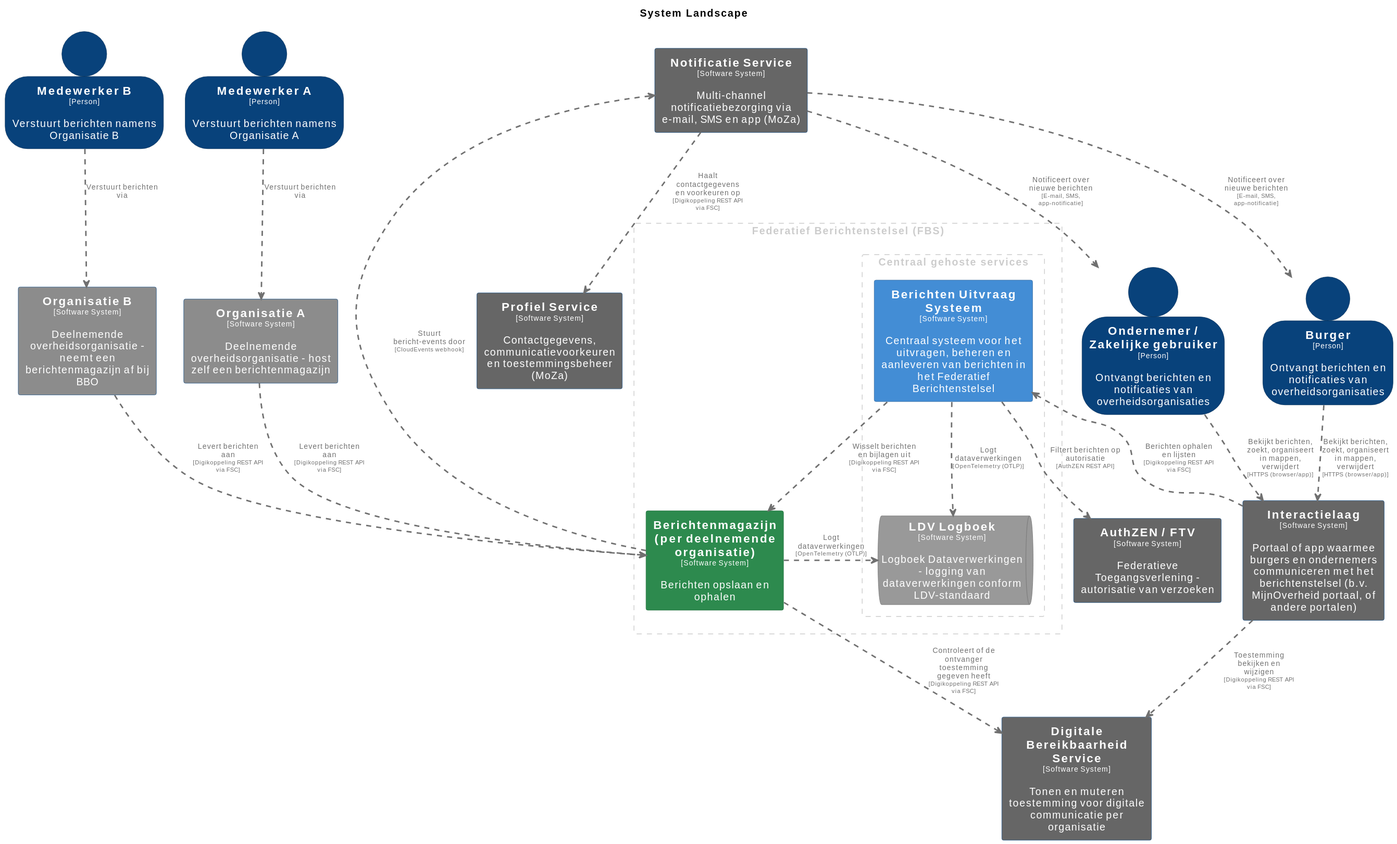
This is master/svg/SystemLandscape.svg from MinBZK/moza-poc-fbs-berichtenbox, a PlantUML export, as it was before one commit. Its source is kept beside it as master/puml/SystemLandscape.puml.
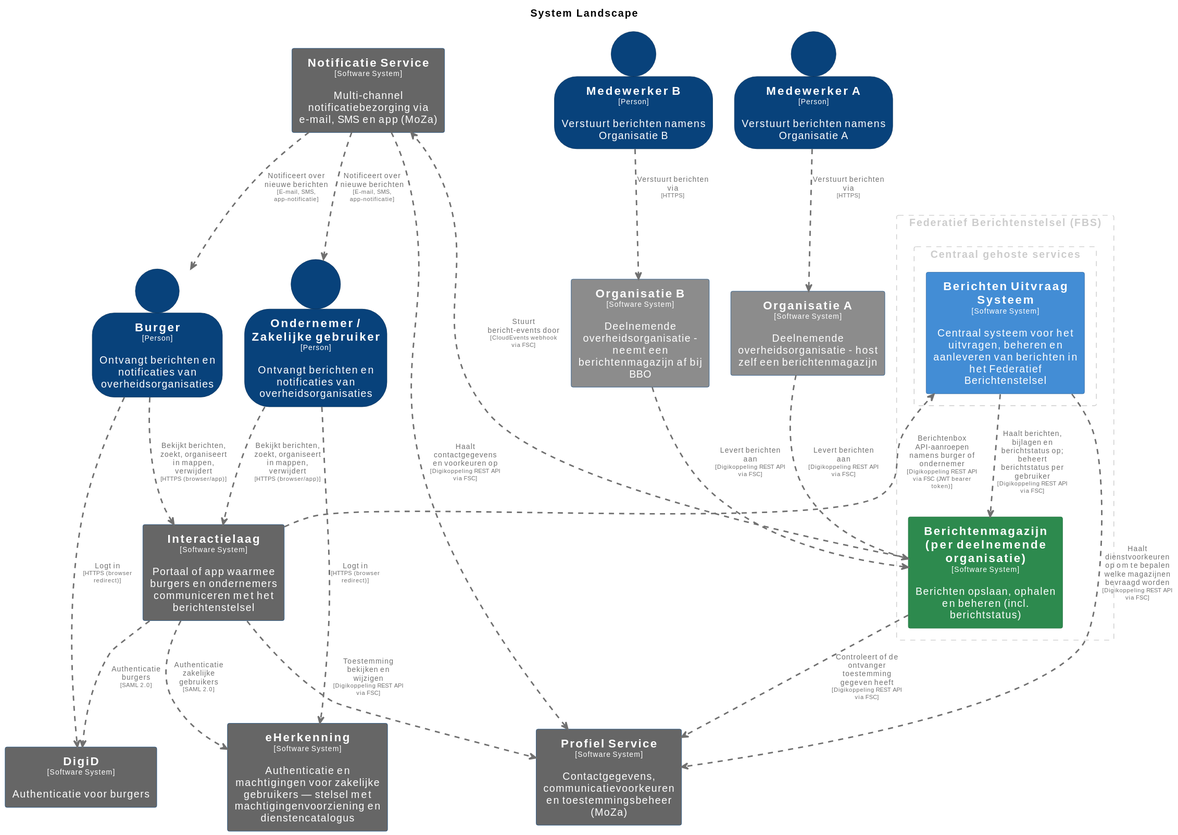
After the change.

What changed in the source:
```diff
@@ -15,12 +15,6 @@
 
 hide stereotype
 
-skinparam rectangle<<AuthZENFTV>> {
-  BackgroundColor #666666
-  FontColor #ffffff
-  BorderColor #0b4884
-  shadowing false
-}
 skinparam rectangle<<BerichtenUitvraagSysteem>> {
   BackgroundColor #438dd5
   FontColor #ffffff
@@ -39,7 +33,7 @@
   BorderColor #052e56
   shadowing false
 }
-skinparam rectangle<<DigitaleBereikbaarheidService>> {
+skinparam rectangle<<DigiD>> {
   BackgroundColor #666666
   FontColor #ffffff
   BorderColor #0b4884
@@ -49,12 +43,6 @@
   BackgroundColor #666666
   FontColor #ffffff
   BorderColor #0b4884
-  shadowing false
-}
-skinparam queue<<LDVLogboek>> {
-  BackgroundColor #999999
-  FontColor #ffffff
-  BorderColor #6b6b6b
   shadowing false
 }
 skinparam person<<MedewerkerA>> {
@@ -99,20 +87,25 @@
   BorderColor #0b4884
   shadowing false
 }
+skinparam rectangle<<eHerkenning>> {
+  BackgroundColor #666666
+  FontColor #ffffff
+  BorderColor #0b4884
+  shadowing false
+}
 
 rectangle "Federatief Berichtenstelsel (FBS)" <<group1>> as group1 {
   skinparam RectangleBorderColor<<group1>> #cccccc
   skinparam RectangleFontColor<<group1>> #cccccc
   skinparam RectangleBorderStyle<<group1>> dashed
 
-  rectangle "==Berichtenmagazijn (per deelnemende organisatie)\n<size:10>[Software System]</size>\n\nBerichten opslaan en ophalen" <<Berichtenmagazijnperdeelnemendeorganisatie>> as Berichtenmagazijnperdeelnemendeorganisatie
+  rectangle "==Berichtenmagazijn (per deelnemende organisatie)\n<size:10>[Software System]</size>\n\nBerichten opslaan, ophalen en beheren (incl. berichtstatus)" <<Berichtenmagazijnperdeelnemendeorganisatie>> as Berichtenmagazijnperdeelnemendeorganisatie
     rectangle "Centraal gehoste services" <<group2>> as group2 {
       skinparam RectangleBorderColor<<group2>> #cccccc
       skinparam RectangleFontColor<<group2>> #cccccc
       skinparam RectangleBorderStyle<<group2>> dashed
 
       rectangle "==Berichten Uitvraag Systeem\n<size:10>[Software System]</size>\n\nCentraal systeem voor het uitvragen, beheren en aanleveren van berichten in het Federatief Berichtenstelsel" <<BerichtenUitvraagSysteem>> as BerichtenUitvraagSysteem
-      queue "==LDV Logboek\n<size:10>[Software System]</size>\n\nLogboek Dataverwerkingen - logging van dataverwerkingen conform LDV-standaard" <<LDVLogboek>> as LDVLogboek
     }
 
 }
@@ -123,27 +116,29 @@
 person "==Ondernemer / Zakelijke gebruiker\n<size:10>[Person]</size>\n\nOntvangt berichten en notificaties van overheidsorganisaties" <<OndernemerZakelijkegebruiker>> as OndernemerZakelijkegebruiker
 person "==Medewerker A\n<size:10>[Person]</size>\n\nVerstuurt berichten namens Organisatie A" <<MedewerkerA>> as MedewerkerA
 person "==Medewerker B\n<size:10>[Person]</size>\n\nVerstuurt berichten namens Organisatie B" <<MedewerkerB>> as MedewerkerB
-rectangle "==AuthZEN / FTV\n<size:10>[Software System]</size>\n\nFederatieve Toegangsverlening - autorisatie van verzoeken" <<AuthZENFTV>> as AuthZENFTV
 rectangle "==Profiel Service\n<size:10>[Software System]</size>\n\nContactgegevens, communicatievoorkeuren en toestemmingsbeheer (MoZa)" <<ProfielService>> as ProfielService
 rectangle "==Notificatie Service\n<size:10>[Software System]</size>\n\nMulti-channel notificatiebezorging via e-mail, SMS en app (MoZa)" <<NotificatieService>> as NotificatieService
-rectangle "==Digitale Bereikbaarheid Service\n<size:10>[Software System]</size>\n\nTonen en muteren toestemming voor digitale communicatie per organisatie" <<DigitaleBereikbaarheidService>> as DigitaleBereikbaarheidService
-rectangle "==Interactielaag\n<size:10>[Software System]</size>\n\nPortaal of app waarmee burgers en ondernemers communiceren met het berichtenstelsel (b.v. MijnOverheid portaal, of andere portalen)" <<Interactielaag>> as Interactielaag
+rectangle "==Interactielaag\n<size:10>[Software System]</size>\n\nPortaal of app waarmee burgers en ondernemers communiceren met het berichtenstelsel" <<Interactielaag>> as Interactielaag
+rectangle "==eHerkenning\n<size:10>[Software System]</size>\n\nAuthenticatie en machtigingen voor zakelijke gebruikers — stelsel met machtigingenvoorziening en dienstencatalogus" <<eHerkenning>> as eHerkenning
+rectangle "==DigiD\n<size:10>[Software System]</size>\n\nAuthenticatie voor burgers" <<DigiD>> as DigiD
 
-BerichtenUitvraagSysteem .[#707070,thickness=2].> LDVLogboek : "<color:#707070>Logt dataverwerkingen\n<color:#707070><size:8>[OpenTelemetry (OTLP)]</size>"
-BerichtenUitvraagSysteem .[#707070,thickness=2].> Berichtenmagazijnperdeelnemendeorganisatie : "<color:#707070>Wisselt berichten en bijlagen uit\n<color:#707070><size:8>[Digikoppeling REST API via FSC]</size>"
-MedewerkerA .[#707070,thickness=2].> OrganisatieA : "<color:#707070>Verstuurt berichten via"
-MedewerkerB .[#707070,thickness=2].> OrganisatieB : "<color:#707070>Verstuurt berichten via"
-Burger .[#707070,thickness=2].> Interactielaag : "<color:#707070>Bekijkt berichten, zoekt, organiseert in mappen, verwijdert\n<color:#707070><size:8>[HTTPS (browser/app)]</size>"
-OndernemerZakelijkegebruiker .[#707070,thickness=2].> Interactielaag : "<color:#707070>Bekijkt berichten, zoekt, organiseert in mappen, verwijdert\n<color:#707070><size:8>[HTTPS (browser/app)]</size>"
-NotificatieService .[#707070,thickness=2].> Burger : "<color:#707070>Notificeert over nieuwe berichten\n<color:#707070><size:8>[E-mail, SMS, app-notificatie]</size>"
-NotificatieService .[#707070,thickness=2].> OndernemerZakelijkegebruiker : "<color:#707070>Notificeert over nieuwe berichten\n<color:#707070><size:8>[E-mail, SMS, app-notificatie]</size>"
-Interactielaag .[#707070,thickness=2].> BerichtenUitvraagSysteem : "<color:#707070>Berichten ophalen en lijsten\n<color:#707070><size:8>[Digikoppeling REST API via FSC]</size>"
-Interactielaag .[#707070,thickness=2].> DigitaleBereikbaarheidService : "<color:#707070>Toestemming bekijken en wijzigen\n<color:#707070><size:8>[Digikoppeling REST API via FSC]</size>"
-Berichtenmagazijnperdeelnemendeorganisatie .[#707070,thickness=2].> NotificatieService : "<color:#707070>Stuurt bericht-events door\n<color:#707070><size:8>[CloudEvents webhook]</size>"
+Berichtenmagazijnperdeelnemendeorganisatie .[#707070,thickness=2].> NotificatieService : "<color:#707070>Stuurt bericht-events door\n<color:#707070><size:8>[CloudEvents webhook via FSC]</size>"
 NotificatieService .[#707070,thickness=2].> ProfielService : "<color:#707070>Haalt contactgegevens en voorkeuren op\n<color:#707070><size:8>[Digikoppeling REST API via FSC]</size>"
 OrganisatieA .[#707070,thickness=2].> Berichtenmagazijnperdeelnemendeorganisatie : "<color:#707070>Levert berichten aan\n<color:#707070><size:8>[Digikoppeling REST API via FSC]</size>"
 OrganisatieB .[#707070,thickness=2].> Berichtenmagazijnperdeelnemendeorganisatie : "<color:#707070>Levert berichten aan\n<color:#707070><size:8>[Digikoppeling REST API via FSC]</size>"
-Berichtenmagazijnperdeelnemendeorganisatie .[#707070,thickness=2].> DigitaleBereikbaarheidService : "<color:#707070>Controleert of de ontvanger toestemming gegeven heeft\n<color:#707070><size:8>[Digikoppeling REST API via FSC]</size>"
-BerichtenUitvraagSysteem .[#707070,thickness=2].> AuthZENFTV : "<color:#707070>Filtert berichten op autorisatie\n<color:#707070><size:8>[AuthZEN REST API]</size>"
-Berichtenmagazijnperdeelnemendeorganisatie .[#707070,thickness=2].> LDVLogboek : "<color:#707070>Logt dataverwerkingen\n<color:#707070><size:8>[OpenTelemetry (OTLP)]</size>"
+Berichtenmagazijnperdeelnemendeorganisatie .[#707070,thickness=2].> ProfielService : "<color:#707070>Controleert of de ontvanger toestemming gegeven heeft\n<color:#707070><size:8>[Digikoppeling REST API via FSC]</size>"
+BerichtenUitvraagSysteem .[#707070,thickness=2].> ProfielService : "<color:#707070>Haalt dienstvoorkeuren op om te bepalen welke magazijnen bevraagd worden\n<color:#707070><size:8>[Digikoppeling REST API via FSC]</size>"
+BerichtenUitvraagSysteem .[#707070,thickness=2].> Berichtenmagazijnperdeelnemendeorganisatie : "<color:#707070>Haalt berichten, bijlagen en berichtstatus op; beheert berichtstatus per gebruiker\n<color:#707070><size:8>[Digikoppeling REST API via FSC]</size>"
+MedewerkerA .[#707070,thickness=2].> OrganisatieA : "<color:#707070>Verstuurt berichten via\n<color:#707070><size:8>[HTTPS]</size>"
+MedewerkerB .[#707070,thickness=2].> OrganisatieB : "<color:#707070>Verstuurt berichten via\n<color:#707070><size:8>[HTTPS]</size>"
+Burger .[#707070,thickness=2].> Interactielaag : "<color:#707070>Bekijkt berichten, zoekt, organiseert in mappen, verwijdert\n<color:#707070><size:8>[HTTPS (browser/app)]</size>"
+Burger .[#707070,thickness=2].> DigiD : "<color:#707070>Logt in\n<color:#707070><size:8>[HTTPS (browser redirect)]</size>"
+OndernemerZakelijkegebruiker .[#707070,thickness=2].> Interactielaag : "<color:#707070>Bekijkt berichten, zoekt, organiseert in mappen, verwijdert\n<color:#707070><size:8>[HTTPS (browser/app)]</size>"
+OndernemerZakelijkegebruiker .[#707070,thickness=2].> eHerkenning : "<color:#707070>Logt in\n<color:#707070><size:8>[HTTPS (browser redirect)]</size>"
+NotificatieService .[#707070,thickness=2].> Burger : "<color:#707070>Notificeert over nieuwe berichten\n<color:#707070><size:8>[E-mail, SMS, app-notificatie]</size>"
+NotificatieService .[#707070,thickness=2].> OndernemerZakelijkegebruiker : "<color:#707070>Notificeert over nieuwe berichten\n<color:#707070><size:8>[E-mail, SMS, app-notificatie]</size>"
+Interactielaag .[#707070,thickness=2].> BerichtenUitvraagSysteem : "<color:#707070>Berichtenbox API-aanroepen namens burger of ondernemer\n<color:#707070><size:8>[Digikoppeling REST API via FSC (JWT bearer token)]</size>"
+Interactielaag .[#707070,thickness=2].> ProfielService : "<color:#707070>Toestemming bekijken en wijzigen\n<color:#707070><size:8>[Digikoppeling REST API via FSC]</size>"
+Interactielaag .[#707070,thickness=2].> DigiD : "<color:#707070>Authenticatie burgers\n<color:#707070><size:8>[SAML 2.0]</size>"
+Interactielaag .[#707070,thickness=2].> eHerkenning : "<color:#707070>Authenticatie zakelijke gebruikers\n<color:#707070><size:8>[SAML 2.0]</size>"
 @enduml
```
